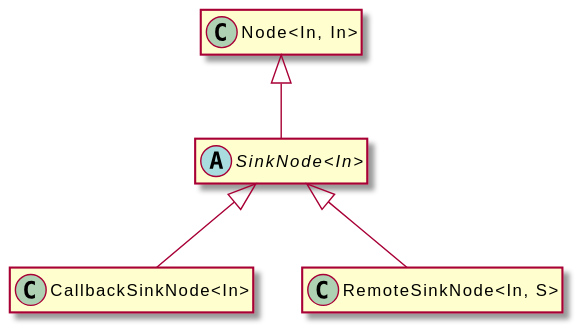
Above: assets/SinkNode-umlClassDiagram-10245.svg in OpenHPS/openhps-core (PlantUML), before the change.
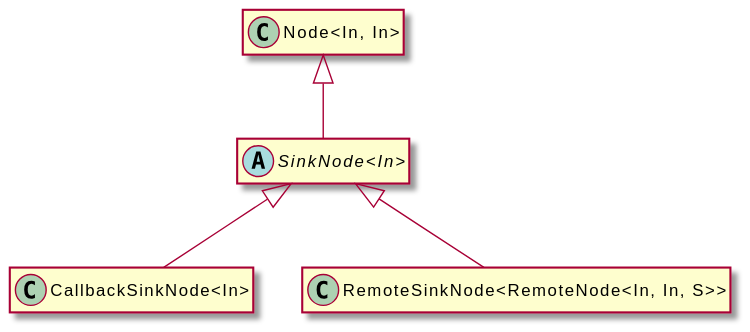
Later version of the same file.

What changed in the source:
```diff
@@ -10,7 +10,7 @@
 class "CallbackSinkNode<In>" {
 }
 "SinkNode<In>" <|-- "CallbackSinkNode<In>"
-class "RemoteSinkNode<In, S>" {
+class "RemoteSinkNode<RemoteNode<In, In, S>>" {
 }
-"SinkNode<In>" <|-- "RemoteSinkNode<In, S>"
+"SinkNode<In>" <|-- "RemoteSinkNode<RemoteNode<In, In, S>>"
 @enduml
```
